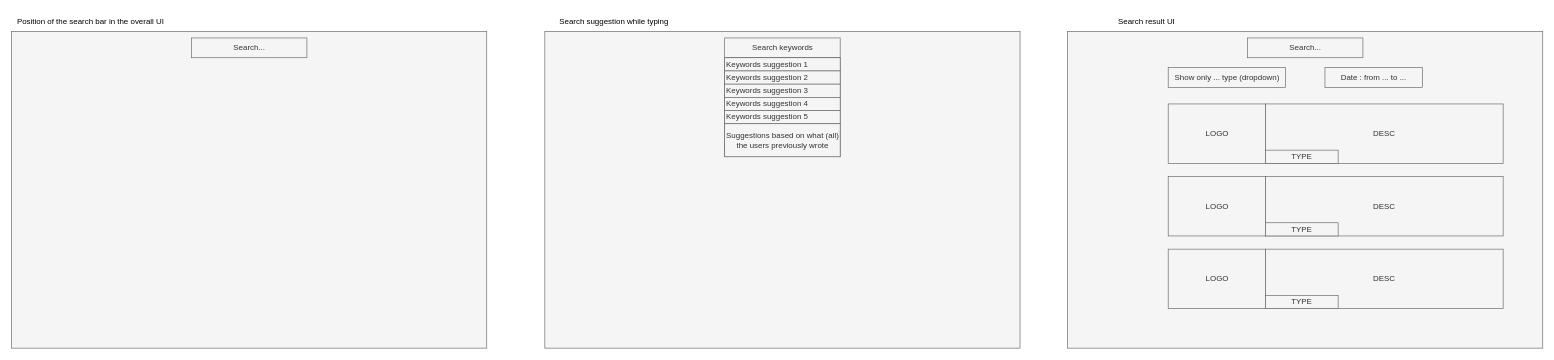
Above: sketches/Q5-search/ui.drawio in nponsard/rapport-polycode-s7 (draw.io), before the change. Source tidied: cells renumbered, new cells numbered last; positions are measured from the earlier drawing's top-left corner, leaving out a move shared by most shapes. Both pictures are drawn from the tidied source at 66%, with x=0, y=0 at pixel (11, 11).
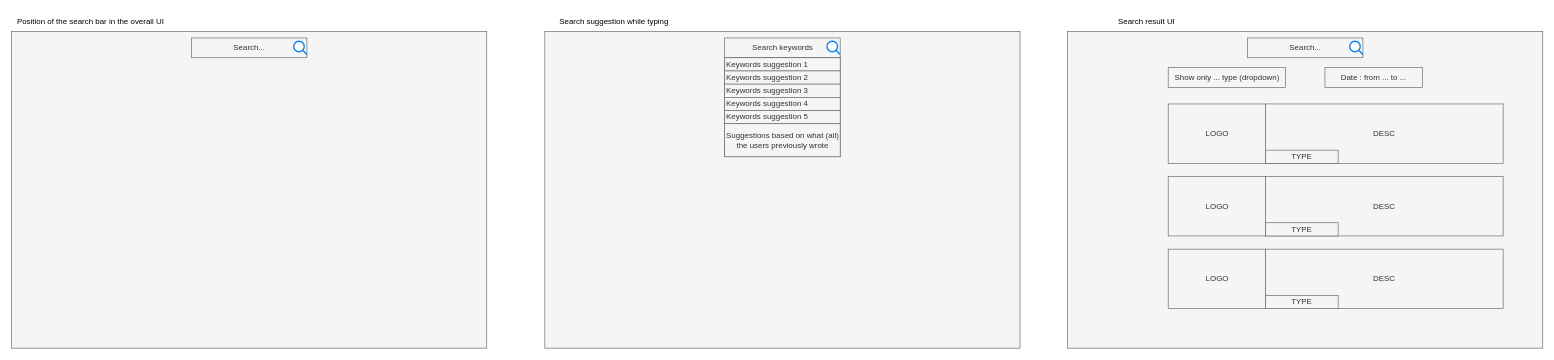
The same page after the edit.

Commit message:
add search button

The edit, as a diff of the source:
```diff
@@
+    <mxCell id="29" style="html=1;verticalLabelPosition=bottom;align=center;labelBackgroundColor=#ffffff;verticalAlign=top;strokeWidth=2;strokeColor=#0080F0;shadow=0;dashed=0;shape=mxgraph.ios7.icons.looking_glass;" parent="1" vertex="1">
+      <mxGeometry x="427.5" y="45" width="20" height="20" as="geometry" />
+    </mxCell>
+    <mxCell id="30" style="html=1;verticalLabelPosition=bottom;align=center;labelBackgroundColor=#ffffff;verticalAlign=top;strokeWidth=2;strokeColor=#0080F0;shadow=0;dashed=0;shape=mxgraph.ios7.icons.looking_glass;" parent="1" vertex="1">
+      <mxGeometry x="1235.5" y="45" width="20" height="20" as="geometry" />
+    </mxCell>
+    <mxCell id="31" style="html=1;verticalLabelPosition=bottom;align=center;labelBackgroundColor=#ffffff;verticalAlign=top;strokeWidth=2;strokeColor=#0080F0;shadow=0;dashed=0;shape=mxgraph.ios7.icons.looking_glass;" parent="1" vertex="1">
+      <mxGeometry x="2027.5" y="45" width="20" height="20" as="geometry" />
+    </mxCell>
```
